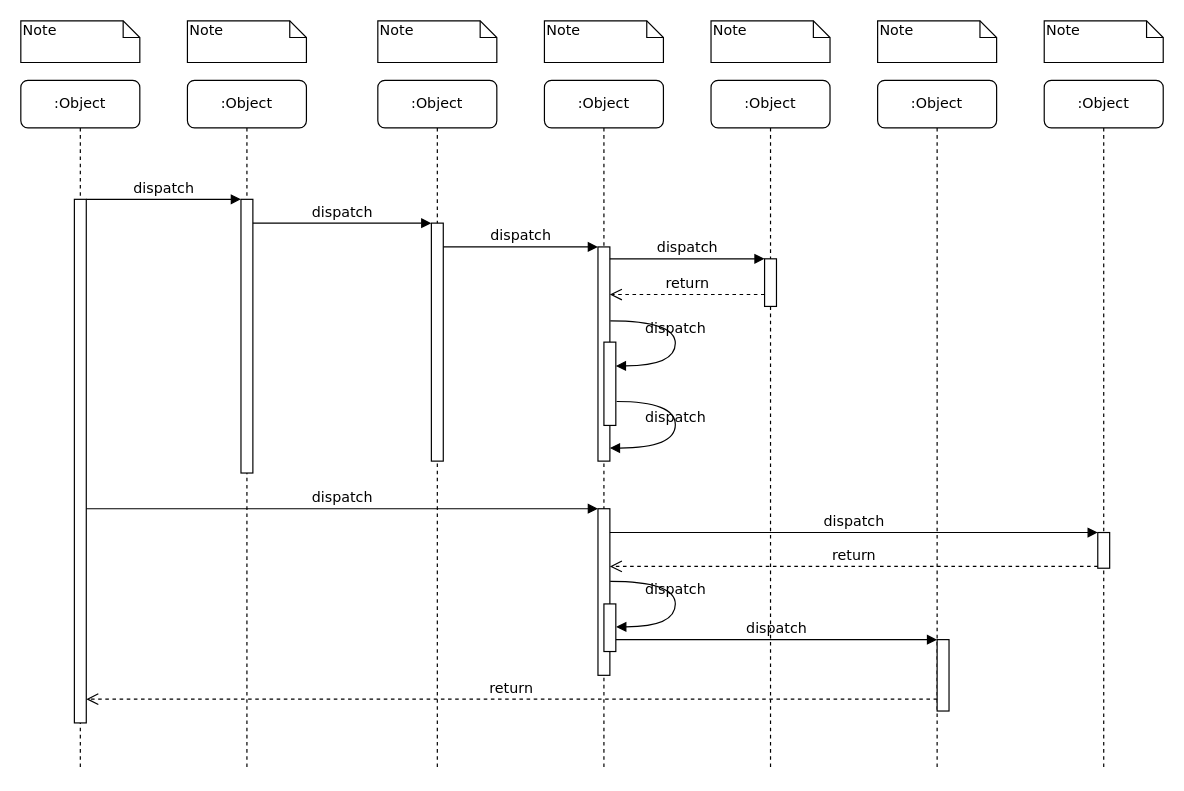
Above: Diagramme sans nom.drawio in MELEK-WEB/web-editor (draw.io), before the change. Source tidied: cells renumbered, new cells numbered last; positions are measured from the earlier drawing's top-left corner, leaving out a move shared by most shapes. Both pictures are drawn from the tidied source at 119%, with x=0, y=0 at pixel (20, 20).
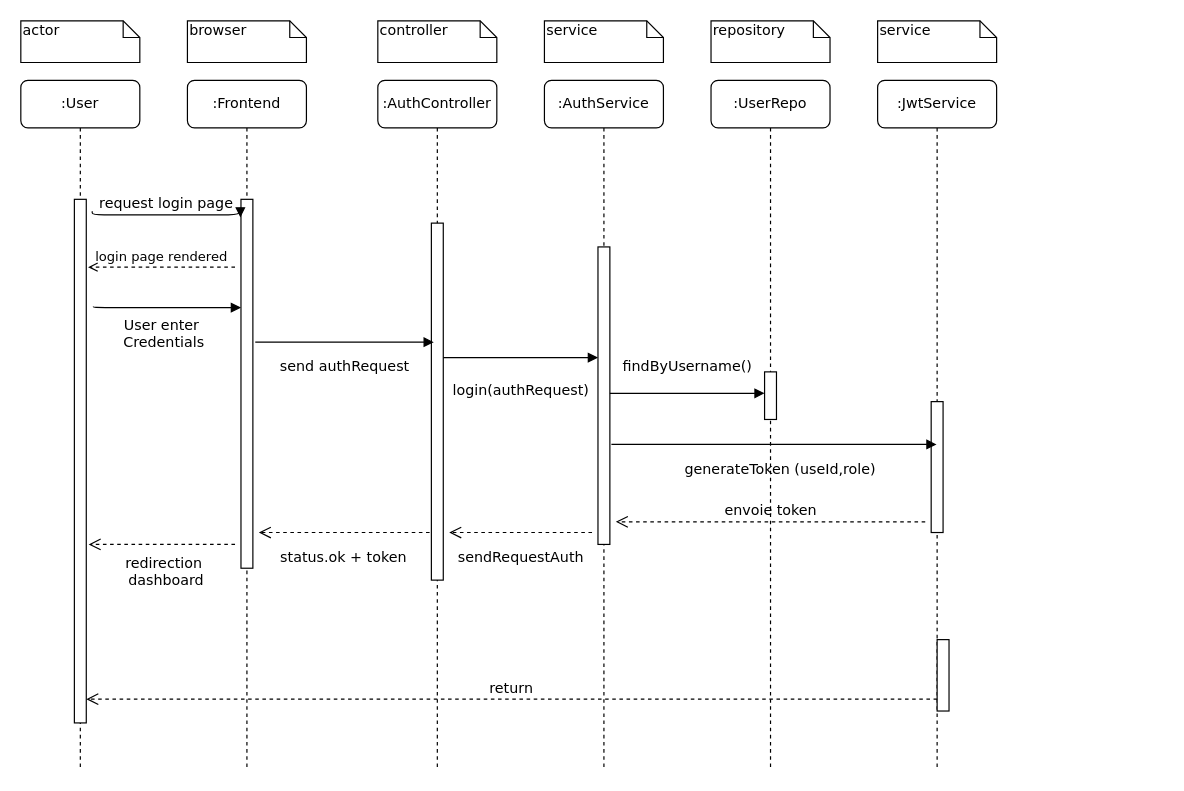
The same diagram, later.

The change refers to these unchanged cells:
```xml
<mxCell id="11" style="html=1;points=[];perimeter=orthogonalPerimeter;rounded=0;shadow=0;comic=0;labelBackgroundColor=none;strokeWidth=1;fontFamily=Verdana;fontSize=12;align=center;" parent="10" vertex="1">
  <mxGeometry x="45" y="100" width="10" height="440" as="geometry" />
</mxCell>
<mxCell id="22" style="html=1;points=[];perimeter=orthogonalPerimeter;rounded=0;shadow=0;comic=0;labelBackgroundColor=none;strokeWidth=1;fontFamily=Verdana;fontSize=12;align=center;" parent="1" vertex="1">
  <mxGeometry x="770" y="520" width="10" height="60" as="geometry" />
</mxCell>
```

What changed in the source:
```diff
@@
-    <mxCell id="2" value=":Object" style="shape=umlLifeline;perimeter=lifelinePerimeter;whiteSpace=wrap;html=1;rounded=1;shadow=0;comic=0;labelBackgroundColor=none;strokeWidth=1;fontFamily=Verdana;fontSize=12;align=center;" parent="1" vertex="1">
+    <mxCell id="2" value=":Frontend" style="shape=umlLifeline;perimeter=lifelinePerimeter;whiteSpace=wrap;html=1;rounded=1;shadow=0;comic=0;labelBackgroundColor=none;strokeWidth=1;fontFamily=Verdana;fontSize=12;align=center;" parent="1" vertex="1">
       <mxGeometry x="140" y="50" width="100" height="580" as="geometry" />
     </mxCell>
     <mxCell id="3" style="html=1;points=[];perimeter=orthogonalPerimeter;rounded=0;shadow=0;comic=0;labelBackgroundColor=none;strokeWidth=1;fontFamily=Verdana;fontSize=12;align=center;" parent="2" vertex="1">
-      <mxGeometry x="45" y="100" width="10" height="230" as="geometry" />
+      <mxGeometry x="45" y="100" width="10" height="310" as="geometry" />
     </mxCell>
+    <mxCell id="39" value="status.ok + token" style="html=1;verticalAlign=bottom;endArrow=open;dashed=1;endSize=8;labelBackgroundColor=none;fontFamily=Verdana;fontSize=12;" parent="2" edge="1" source="4">
+      <mxGeometry x="0.06" y="30" relative="1" as="geometry">
+        <mxPoint x="60" y="380" as="targetPoint" />
+      </mxGeometry>
+    </mxCell>
+    <mxCell id="40" value="redirection&lt;br&gt;&amp;nbsp;dashboard" style="html=1;verticalAlign=bottom;endArrow=open;dashed=1;endSize=8;labelBackgroundColor=none;fontFamily=Verdana;fontSize=12;" parent="2" edge="1">
+      <mxGeometry x="-0.02" y="40" relative="1" as="geometry">
+        <mxPoint x="40" y="390" as="sourcePoint" />
+        <mxPoint x="-83" y="390" as="targetPoint" />
+      </mxGeometry>
+    </mxCell>
-    <mxCell id="4" value=":Object" style="shape=umlLifeline;perimeter=lifelinePerimeter;whiteSpace=wrap;html=1;outlineConnect=0;rounded=1;shadow=0;comic=0;labelBackgroundColor=none;strokeWidth=1;fontFamily=Verdana;fontSize=12;align=center;" parent="1" vertex="1">
+    <mxCell id="4" value=":AuthController" style="shape=umlLifeline;perimeter=lifelinePerimeter;whiteSpace=wrap;html=1;outlineConnect=0;rounded=1;shadow=0;comic=0;labelBackgroundColor=none;strokeWidth=1;fontFamily=Verdana;fontSize=12;align=center;" parent="1" vertex="1">
       <mxGeometry x="300" y="50" width="100" height="580" as="geometry" />
     </mxCell>
     <mxCell id="5" style="html=1;points=[];perimeter=orthogonalPerimeter;rounded=0;shadow=0;comic=0;labelBackgroundColor=none;strokeWidth=1;fontFamily=Verdana;fontSize=12;align=center;" parent="4" vertex="1">
-      <mxGeometry x="45" y="120" width="10" height="200" as="geometry" />
+      <mxGeometry x="45" y="120" width="10" height="300" as="geometry" />
     </mxCell>
-    <mxCell id="6" value=":Object" style="shape=umlLifeline;perimeter=lifelinePerimeter;whiteSpace=wrap;html=1;rounded=1;shadow=0;comic=0;labelBackgroundColor=none;strokeWidth=1;fontFamily=Verdana;fontSize=12;align=center;" parent="1" vertex="1">
+    <mxCell id="6" value=":AuthService" style="shape=umlLifeline;perimeter=lifelinePerimeter;whiteSpace=wrap;html=1;rounded=1;shadow=0;comic=0;labelBackgroundColor=none;strokeWidth=1;fontFamily=Verdana;fontSize=12;align=center;" parent="1" vertex="1">
       <mxGeometry x="440" y="50" width="100" height="580" as="geometry" />
     </mxCell>
-    <mxCell id="7" value=":Object" style="shape=umlLifeline;perimeter=lifelinePerimeter;whiteSpace=wrap;html=1;rounded=1;shadow=0;comic=0;labelBackgroundColor=none;strokeWidth=1;fontFamily=Verdana;fontSize=12;align=center;" parent="1" vertex="1">
+    <mxCell id="7" value=":UserRepo" style="shape=umlLifeline;perimeter=lifelinePerimeter;whiteSpace=wrap;html=1;rounded=1;shadow=0;comic=0;labelBackgroundColor=none;strokeWidth=1;fontFamily=Verdana;fontSize=12;align=center;" parent="1" vertex="1">
       <mxGeometry x="580" y="50" width="100" height="580" as="geometry" />
     </mxCell>
+    <mxCell id="14" style="html=1;points=[];perimeter=orthogonalPerimeter;rounded=0;shadow=0;comic=0;labelBackgroundColor=none;strokeWidth=1;fontFamily=Verdana;fontSize=12;align=center;" parent="7" vertex="1">
+      <mxGeometry x="45" y="245" width="10" height="40" as="geometry" />
+    </mxCell>
-    <mxCell id="8" value=":Object" style="shape=umlLifeline;perimeter=lifelinePerimeter;whiteSpace=wrap;html=1;outlineConnect=0;rounded=1;shadow=0;comic=0;labelBackgroundColor=none;strokeWidth=1;fontFamily=Verdana;fontSize=12;align=center;" parent="1" vertex="1">
+    <mxCell id="8" value=":JwtService" style="shape=umlLifeline;perimeter=lifelinePerimeter;whiteSpace=wrap;html=1;outlineConnect=0;rounded=1;shadow=0;comic=0;labelBackgroundColor=none;strokeWidth=1;fontFamily=Verdana;fontSize=12;align=center;" parent="1" vertex="1">
       <mxGeometry x="720" y="50" width="100" height="580" as="geometry" />
     </mxCell>
-    <mxCell id="9" value=":Object" style="shape=umlLifeline;perimeter=lifelinePerimeter;whiteSpace=wrap;html=1;rounded=1;shadow=0;comic=0;labelBackgroundColor=none;strokeWidth=1;fontFamily=Verdana;fontSize=12;align=center;" parent="1" vertex="1">
-      <mxGeometry x="860" y="50" width="100" height="580" as="geometry" />
-    </mxCell>
+    <mxCell id="41" style="html=1;perimeter=orthogonalPerimeter;rounded=0;shadow=0;comic=0;labelBackgroundColor=none;strokeWidth=1;fontFamily=Verdana;fontSize=12;align=center;" parent="8" vertex="1">
+      <mxGeometry x="45" y="270" width="10" height="110" as="geometry" />
+    </mxCell>
-    <mxCell id="10" value=":Object" style="shape=umlLifeline;perimeter=lifelinePerimeter;whiteSpace=wrap;html=1;rounded=1;shadow=0;comic=0;labelBackgroundColor=none;strokeWidth=1;fontFamily=Verdana;fontSize=12;align=center;" parent="1" vertex="1">
+    <mxCell id="10" value=":User" style="shape=umlLifeline;perimeter=lifelinePerimeter;whiteSpace=wrap;html=1;rounded=1;shadow=0;comic=0;labelBackgroundColor=none;strokeWidth=1;fontFamily=Verdana;fontSize=12;align=center;" parent="1" vertex="1">
       <mxGeometry y="50" width="100" height="580" as="geometry" />
     </mxCell>
@@
+    <mxCell id="42" value="User enter&amp;nbsp;&lt;br&gt;Credentials" style="html=1;verticalAlign=bottom;endArrow=block;entryX=-0.053;entryY=0.049;labelBackgroundColor=none;fontFamily=Verdana;fontSize=12;edgeStyle=elbowEdgeStyle;elbow=vertical;entryDx=0;entryDy=0;entryPerimeter=0;" parent="10" edge="1">
+      <mxGeometry x="-0.04" y="-39" relative="1" as="geometry">
+        <mxPoint x="61" y="190" as="sourcePoint" />
+        <mxPoint x="185" y="191" as="targetPoint" />
+      </mxGeometry>
+    </mxCell>
     <mxCell id="12" style="html=1;points=[];perimeter=orthogonalPerimeter;rounded=0;shadow=0;comic=0;labelBackgroundColor=none;strokeWidth=1;fontFamily=Verdana;fontSize=12;align=center;" parent="1" vertex="1">
-      <mxGeometry x="485" y="190" width="10" height="180" as="geometry" />
+      <mxGeometry x="485" y="190" width="10" height="250" as="geometry" />
     </mxCell>
-    <mxCell id="13" value="dispatch" style="html=1;verticalAlign=bottom;endArrow=block;labelBackgroundColor=none;fontFamily=Verdana;fontSize=12;edgeStyle=elbowEdgeStyle;elbow=vertical;" parent="1" edge="1" source="5" target="12">
-      <mxGeometry relative="1" as="geometry">
+    <mxCell id="13" value="login(authRequest)" style="html=1;verticalAlign=bottom;endArrow=block;labelBackgroundColor=none;fontFamily=Verdana;fontSize=12;edgeStyle=elbowEdgeStyle;elbow=vertical;" parent="1" edge="1">
+      <mxGeometry y="-37" relative="1" as="geometry">
+        <mxPoint x="355" y="283" as="sourcePoint" />
+        <mxPoint x="485" y="283" as="targetPoint" />
         <Array as="points">
-          <mxPoint x="360" y="190" />
+          <mxPoint x="360" y="283" />
         </Array>
       </mxGeometry>
     </mxCell>
-    <mxCell id="14" style="html=1;points=[];perimeter=orthogonalPerimeter;rounded=0;shadow=0;comic=0;labelBackgroundColor=none;strokeWidth=1;fontFamily=Verdana;fontSize=12;align=center;" parent="1" vertex="1">
-      <mxGeometry x="625" y="200" width="10" height="40" as="geometry" />
-    </mxCell>
-    <mxCell id="15" value="dispatch" style="html=1;verticalAlign=bottom;endArrow=block;entryX=0;entryY=0;labelBackgroundColor=none;fontFamily=Verdana;fontSize=12;edgeStyle=elbowEdgeStyle;elbow=vertical;" parent="1" edge="1" source="12" target="14">
-      <mxGeometry relative="1" as="geometry" />
+    <mxCell id="15" value="findByUsername()" style="html=1;verticalAlign=bottom;endArrow=block;entryX=0;entryY=0;labelBackgroundColor=none;fontFamily=Verdana;fontSize=12;edgeStyle=elbowEdgeStyle;elbow=vertical;" parent="1" edge="1">
+      <mxGeometry y="13" relative="1" as="geometry">
+        <mxPoint x="495" y="313" as="sourcePoint" />
+        <mxPoint x="625" y="313" as="targetPoint" />
+      </mxGeometry>
     </mxCell>
-    <mxCell id="16" value="return" style="html=1;verticalAlign=bottom;endArrow=open;dashed=1;endSize=8;labelBackgroundColor=none;fontFamily=Verdana;fontSize=12;edgeStyle=elbowEdgeStyle;elbow=vertical;" parent="1" edge="1" source="14" target="12">
-      <mxGeometry relative="1" as="geometry">
-        <Array as="points">
-          <mxPoint x="570" y="230" />
-          <mxPoint x="600" y="230" />
-        </Array>
-      </mxGeometry>
-    </mxCell>
-    <mxCell id="17" style="html=1;points=[];perimeter=orthogonalPerimeter;rounded=0;shadow=0;comic=0;labelBackgroundColor=none;strokeWidth=1;fontFamily=Verdana;fontSize=12;align=center;" parent="1" vertex="1">
-      <mxGeometry x="485" y="410" width="10" height="140" as="geometry" />
-    </mxCell>
-    <mxCell id="18" value="dispatch" style="html=1;verticalAlign=bottom;endArrow=block;entryX=0;entryY=0;labelBackgroundColor=none;fontFamily=Verdana;fontSize=12;" parent="1" edge="1" source="11" target="17">
-      <mxGeometry relative="1" as="geometry" />
-    </mxCell>
-    <mxCell id="19" style="html=1;points=[];perimeter=orthogonalPerimeter;rounded=0;shadow=0;comic=0;labelBackgroundColor=none;strokeColor=#000000;strokeWidth=1;fillColor=#FFFFFF;fontFamily=Verdana;fontSize=12;fontColor=#000000;align=center;" parent="1" vertex="1">
-      <mxGeometry x="905" y="430" width="10" height="30" as="geometry" />
-    </mxCell>
-    <mxCell id="20" value="dispatch" style="html=1;verticalAlign=bottom;endArrow=block;entryX=0;entryY=0;labelBackgroundColor=none;fontFamily=Verdana;fontSize=12;" parent="1" edge="1" source="17" target="19">
-      <mxGeometry relative="1" as="geometry" />
-    </mxCell>
-    <mxCell id="21" value="return" style="html=1;verticalAlign=bottom;endArrow=open;dashed=1;endSize=8;exitX=0;exitY=0.95;labelBackgroundColor=none;fontFamily=Verdana;fontSize=12;" parent="1" edge="1" source="19" target="17">
-      <mxGeometry relative="1" as="geometry" />
-    </mxCell>
@@
-    <mxCell id="23" value="dispatch" style="html=1;verticalAlign=bottom;endArrow=block;entryX=0;entryY=0;labelBackgroundColor=none;fontFamily=Verdana;fontSize=12;edgeStyle=elbowEdgeStyle;elbow=vertical;" parent="1" edge="1" source="30" target="22">
-      <mxGeometry relative="1" as="geometry" />
-    </mxCell>
@@
-    <mxCell id="25" value="dispatch" style="html=1;verticalAlign=bottom;endArrow=block;entryX=0;entryY=0;labelBackgroundColor=none;fontFamily=Verdana;fontSize=12;edgeStyle=elbowEdgeStyle;elbow=vertical;" parent="1" edge="1" source="11" target="3">
-      <mxGeometry relative="1" as="geometry" />
+    <mxCell id="25" value="request login page" style="html=1;verticalAlign=bottom;endArrow=block;entryX=-0.053;entryY=0.049;labelBackgroundColor=none;fontFamily=Verdana;fontSize=12;edgeStyle=elbowEdgeStyle;elbow=vertical;entryDx=0;entryDy=0;entryPerimeter=0;" parent="1" edge="1" target="3">
+      <mxGeometry relative="1" as="geometry">
+        <mxPoint x="60" y="160" as="sourcePoint" />
+      </mxGeometry>
     </mxCell>
-    <mxCell id="26" value="dispatch" style="html=1;verticalAlign=bottom;endArrow=block;entryX=0;entryY=0;labelBackgroundColor=none;fontFamily=Verdana;fontSize=12;edgeStyle=elbowEdgeStyle;elbow=vertical;" parent="1" edge="1" source="3" target="5">
-      <mxGeometry relative="1" as="geometry" />
-    </mxCell>
-    <mxCell id="27" style="html=1;points=[];perimeter=orthogonalPerimeter;rounded=0;shadow=0;comic=0;labelBackgroundColor=none;strokeWidth=1;fontFamily=Verdana;fontSize=12;align=center;" parent="1" vertex="1">
-      <mxGeometry x="490" y="270" width="10" height="70" as="geometry" />
-    </mxCell>
-    <mxCell id="28" value="dispatch" style="html=1;verticalAlign=bottom;endArrow=block;labelBackgroundColor=none;fontFamily=Verdana;fontSize=12;elbow=vertical;edgeStyle=orthogonalEdgeStyle;curved=1;entryX=1;entryY=0.286;entryPerimeter=0;exitX=1.038;exitY=0.345;exitPerimeter=0;" parent="1" edge="1" source="12" target="27">
-      <mxGeometry relative="1" as="geometry">
-        <Array as="points">
-          <mxPoint x="550" y="252" />
-          <mxPoint x="550" y="290" />
-        </Array>
-      </mxGeometry>
-    </mxCell>
-    <mxCell id="29" value="dispatch" style="html=1;verticalAlign=bottom;endArrow=block;labelBackgroundColor=none;fontFamily=Verdana;fontSize=12;elbow=vertical;edgeStyle=orthogonalEdgeStyle;curved=1;exitX=1.066;exitY=0.713;exitPerimeter=0;" parent="1" edge="1" source="27">
-      <mxGeometry relative="1" as="geometry">
-        <mxPoint x="495" y="359" as="targetPoint" />
-        <Array as="points">
-          <mxPoint x="550" y="320" />
-          <mxPoint x="550" y="359" />
-        </Array>
-      </mxGeometry>
-    </mxCell>
-    <mxCell id="30" style="html=1;points=[];perimeter=orthogonalPerimeter;rounded=0;shadow=0;comic=0;labelBackgroundColor=none;strokeWidth=1;fontFamily=Verdana;fontSize=12;align=center;" parent="1" vertex="1">
-      <mxGeometry x="490" y="490" width="10" height="40" as="geometry" />
-    </mxCell>
-    <mxCell id="31" value="dispatch" style="html=1;verticalAlign=bottom;endArrow=block;labelBackgroundColor=none;fontFamily=Verdana;fontSize=12;elbow=vertical;edgeStyle=orthogonalEdgeStyle;curved=1;entryX=1;entryY=0.286;entryPerimeter=0;exitX=1.038;exitY=0.345;exitPerimeter=0;" parent="1" edge="1">
-      <mxGeometry relative="1" as="geometry">
-        <mxPoint x="495.3" y="471" as="sourcePoint" />
-        <mxPoint x="500.3" y="509.3" as="targetPoint" />
-        <Array as="points">
-          <mxPoint x="550" y="471" />
-          <mxPoint x="550" y="509" />
-        </Array>
-      </mxGeometry>
-    </mxCell>
-    <mxCell id="32" value="Note" style="shape=note;whiteSpace=wrap;html=1;size=14;verticalAlign=top;align=left;spacingTop=-6;rounded=0;shadow=0;comic=0;labelBackgroundColor=none;strokeWidth=1;fontFamily=Verdana;fontSize=12;" parent="1" vertex="1">
+    <mxCell id="32" value="actor" style="shape=note;whiteSpace=wrap;html=1;size=14;verticalAlign=top;align=left;spacingTop=-6;rounded=0;shadow=0;comic=0;labelBackgroundColor=none;strokeWidth=1;fontFamily=Verdana;fontSize=12;" parent="1" vertex="1">
       <mxGeometry width="100" height="35" as="geometry" />
     </mxCell>
-    <mxCell id="33" value="Note" style="shape=note;whiteSpace=wrap;html=1;size=14;verticalAlign=top;align=left;spacingTop=-6;rounded=0;shadow=0;comic=0;labelBackgroundColor=none;strokeWidth=1;fontFamily=Verdana;fontSize=12;" parent="1" vertex="1">
+    <mxCell id="33" value="browser" style="shape=note;whiteSpace=wrap;html=1;size=14;verticalAlign=top;align=left;spacingTop=-6;rounded=0;shadow=0;comic=0;labelBackgroundColor=none;strokeWidth=1;fontFamily=Verdana;fontSize=12;" parent="1" vertex="1">
       <mxGeometry x="140" width="100" height="35" as="geometry" />
     </mxCell>
-    <mxCell id="34" value="Note" style="shape=note;whiteSpace=wrap;html=1;size=14;verticalAlign=top;align=left;spacingTop=-6;rounded=0;shadow=0;comic=0;labelBackgroundColor=none;strokeWidth=1;fontFamily=Verdana;fontSize=12;" parent="1" vertex="1">
+    <mxCell id="34" value="controller" style="shape=note;whiteSpace=wrap;html=1;size=14;verticalAlign=top;align=left;spacingTop=-6;rounded=0;shadow=0;comic=0;labelBackgroundColor=none;strokeWidth=1;fontFamily=Verdana;fontSize=12;" parent="1" vertex="1">
       <mxGeometry x="300" width="100" height="35" as="geometry" />
     </mxCell>
-    <mxCell id="35" value="Note" style="shape=note;whiteSpace=wrap;html=1;size=14;verticalAlign=top;align=left;spacingTop=-6;rounded=0;shadow=0;comic=0;labelBackgroundColor=none;strokeWidth=1;fontFamily=Verdana;fontSize=12;" parent="1" vertex="1">
+    <mxCell id="35" value="service" style="shape=note;whiteSpace=wrap;html=1;size=14;verticalAlign=top;align=left;spacingTop=-6;rounded=0;shadow=0;comic=0;labelBackgroundColor=none;strokeWidth=1;fontFamily=Verdana;fontSize=12;" parent="1" vertex="1">
       <mxGeometry x="440" width="100" height="35" as="geometry" />
     </mxCell>
-    <mxCell id="36" value="Note" style="shape=note;whiteSpace=wrap;html=1;size=14;verticalAlign=top;align=left;spacingTop=-6;rounded=0;shadow=0;comic=0;labelBackgroundColor=none;strokeWidth=1;fontFamily=Verdana;fontSize=12;" parent="1" vertex="1">
+    <mxCell id="36" value="repository" style="shape=note;whiteSpace=wrap;html=1;size=14;verticalAlign=top;align=left;spacingTop=-6;rounded=0;shadow=0;comic=0;labelBackgroundColor=none;strokeWidth=1;fontFamily=Verdana;fontSize=12;" parent="1" vertex="1">
       <mxGeometry x="580" width="100" height="35" as="geometry" />
     </mxCell>
-    <mxCell id="37" value="Note" style="shape=note;whiteSpace=wrap;html=1;size=14;verticalAlign=top;align=left;spacingTop=-6;rounded=0;shadow=0;comic=0;labelBackgroundColor=none;strokeWidth=1;fontFamily=Verdana;fontSize=12;" parent="1" vertex="1">
+    <mxCell id="37" value="service" style="shape=note;whiteSpace=wrap;html=1;size=14;verticalAlign=top;align=left;spacingTop=-6;rounded=0;shadow=0;comic=0;labelBackgroundColor=none;strokeWidth=1;fontFamily=Verdana;fontSize=12;" parent="1" vertex="1">
       <mxGeometry x="720" width="100" height="35" as="geometry" />
     </mxCell>
-    <mxCell id="38" value="Note" style="shape=note;whiteSpace=wrap;html=1;size=14;verticalAlign=top;align=left;spacingTop=-6;rounded=0;shadow=0;comic=0;labelBackgroundColor=none;strokeWidth=1;fontFamily=Verdana;fontSize=12;" parent="1" vertex="1">
-      <mxGeometry x="860" width="100" height="35" as="geometry" />
-    </mxCell>
+    <mxCell id="43" value="&lt;font style=&quot;font-size: 11px;&quot;&gt;login page rendered&lt;/font&gt;" style="html=1;verticalAlign=bottom;endArrow=open;labelBackgroundColor=none;fontFamily=Verdana;fontSize=12;edgeStyle=elbowEdgeStyle;elbow=vertical;endFill=0;dashed=1;" parent="1" edge="1">
+      <mxGeometry relative="1" as="geometry">
+        <mxPoint x="180" y="207" as="sourcePoint" />
+        <mxPoint x="56.5" y="207" as="targetPoint" />
+      </mxGeometry>
+    </mxCell>
+    <mxCell id="44" value="send authRequest" style="html=1;verticalAlign=bottom;endArrow=block;entryX=0;entryY=0;labelBackgroundColor=none;fontFamily=Verdana;fontSize=12;edgeStyle=elbowEdgeStyle;elbow=vertical;" parent="1" edge="1">
+      <mxGeometry y="-30" relative="1" as="geometry">
+        <mxPoint x="197" y="270" as="sourcePoint" />
+        <mxPoint x="347" y="270" as="targetPoint" />
+      </mxGeometry>
+    </mxCell>
+    <mxCell id="45" value="envoie token" style="html=1;verticalAlign=bottom;endArrow=open;dashed=1;endSize=8;labelBackgroundColor=none;fontFamily=Verdana;fontSize=12;" parent="1" edge="1">
+      <mxGeometry relative="1" as="geometry">
+        <mxPoint x="760" y="421" as="sourcePoint" />
+        <mxPoint x="500" y="421" as="targetPoint" />
+      </mxGeometry>
+    </mxCell>
+    <mxCell id="46" value="sendRequestAuth" style="html=1;verticalAlign=bottom;endArrow=open;dashed=1;endSize=8;labelBackgroundColor=none;fontFamily=Verdana;fontSize=12;" parent="1" edge="1">
+      <mxGeometry y="30" relative="1" as="geometry">
+        <mxPoint x="480" y="430" as="sourcePoint" />
+        <mxPoint x="360" y="430" as="targetPoint" />
+      </mxGeometry>
+    </mxCell>
+    <mxCell id="47" value="generateToken (useId,role)" style="html=1;verticalAlign=bottom;endArrow=block;labelBackgroundColor=none;fontFamily=Verdana;fontSize=12;edgeStyle=elbowEdgeStyle;elbow=vertical;exitX=1.128;exitY=0.664;exitDx=0;exitDy=0;exitPerimeter=0;" parent="1" edge="1" source="12" target="8">
+      <mxGeometry x="0.04" y="-30" relative="1" as="geometry" />
+    </mxCell>
```
